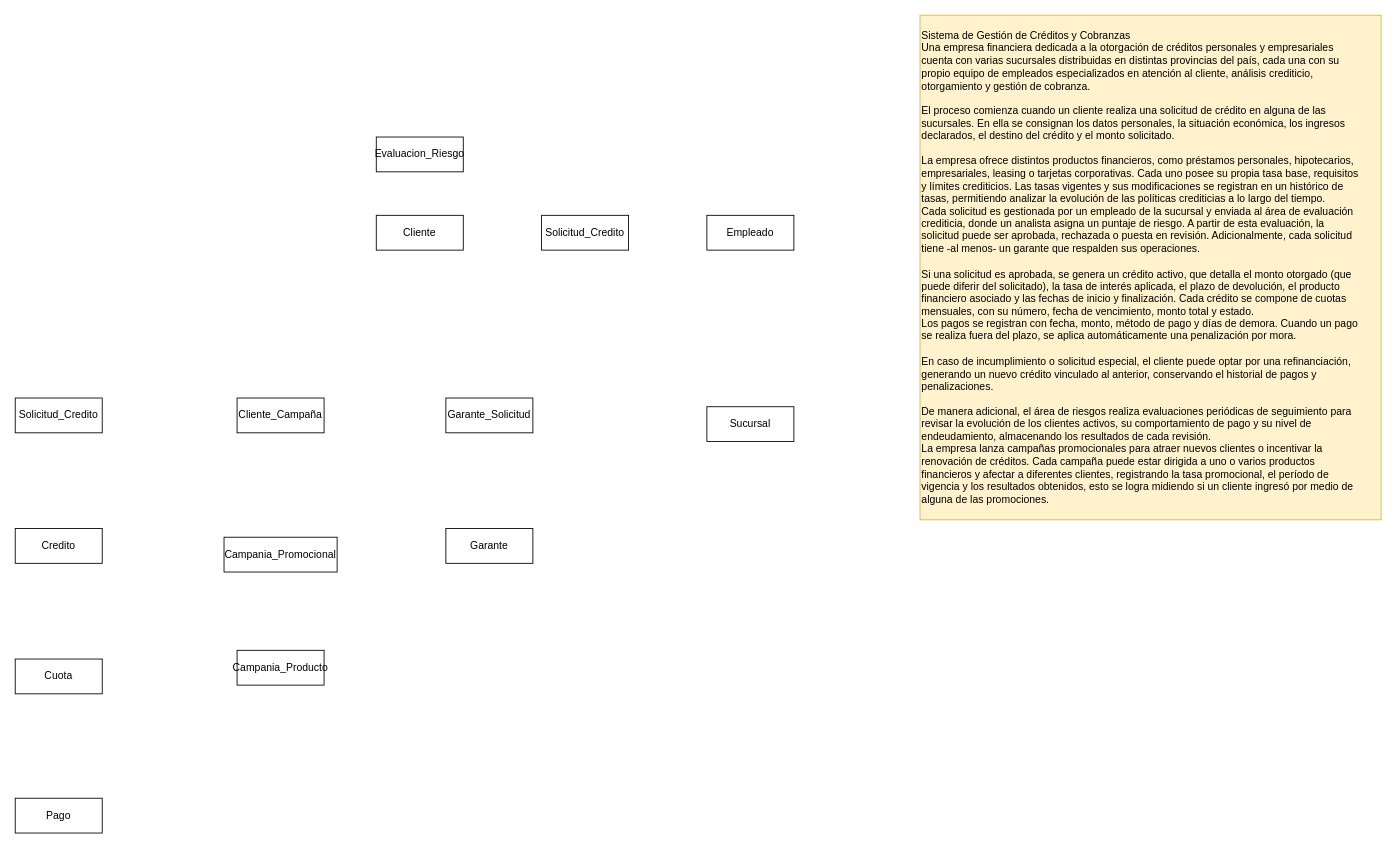
Before: Documentación/Diagramas/DER.drawio in Renzoegt/Integrador_BasesDeDatos, a draw.io diagram. Source tidied: cells renumbered, new cells numbered last; positions are measured from the earlier drawing's top-left corner, leaving out a move shared by most shapes. Both pictures are drawn from the tidied source at 87%, with x=0, y=0 at pixel (15, 15).
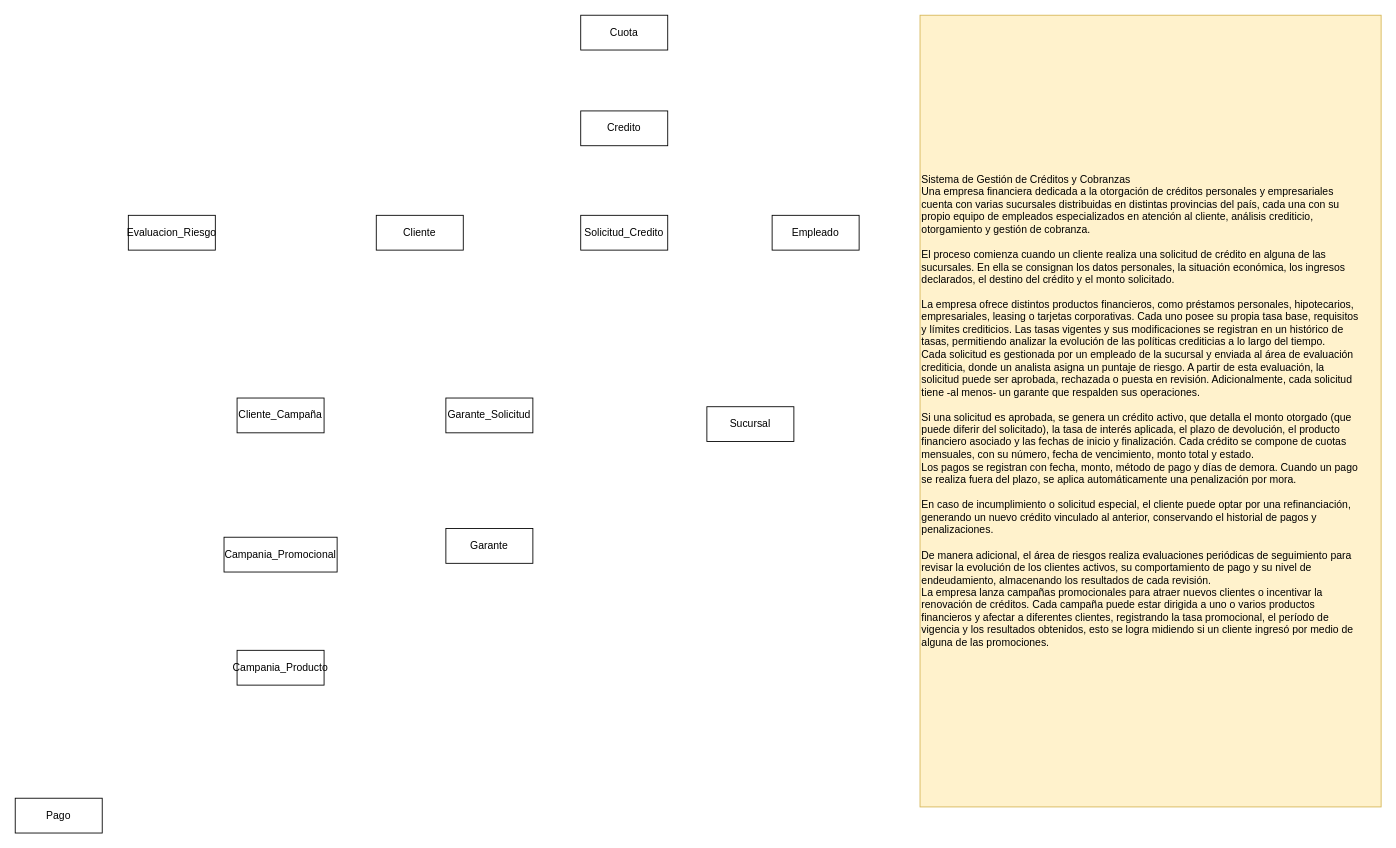
The same page after the edit.

Diff of the diagram source:
```diff
@@
 <mxGraphModel>
   <root>
     <mxCell id="0" />
     <mxCell id="1" parent="0" />
     <mxCell id="2" value="Sucursal" style="whiteSpace=wrap;html=1;align=center;" parent="1" vertex="1">
       <mxGeometry x="795" y="450" width="100" height="40" as="geometry" />
     </mxCell>
     <mxCell id="3" value="Sistema de Gestión de Créditos y Cobranzas&lt;br&gt;Una empresa financiera dedicada a la otorgación de créditos personales y empresariales&lt;br&gt;cuenta con varias sucursales distribuidas en distintas provincias del país, cada una con su&lt;br&gt;propio equipo de empleados especializados en atención al cliente, análisis crediticio,&lt;br&gt;otorgamiento y gestión de cobranza.&lt;div&gt;&lt;br&gt;El proceso comienza cuando un cliente realiza una solicitud de crédito en alguna de las&lt;br&gt;sucursales. En ella se consignan los datos personales, la situación económica, los ingresos&lt;br&gt;declarados, el destino del crédito y el monto solicitado.&lt;/div&gt;&lt;div&gt;&lt;br&gt;La empresa ofrece distintos productos financieros, como préstamos personales, hipotecarios,&lt;br&gt;empresariales, leasing o tarjetas corporativas. Cada uno posee su propia tasa base, requisitos&lt;br&gt;y límites crediticios. Las tasas vigentes y sus modificaciones se registran en un histórico de&lt;br&gt;tasas, permitiendo analizar la evolución de las políticas crediticias a lo largo del tiempo.&lt;br&gt;Cada solicitud es gestionada por un empleado de la sucursal y enviada al área de evaluación&lt;br&gt;crediticia, donde un analista asigna un puntaje de riesgo. A partir de esta evaluación, la&lt;br&gt;solicitud puede ser aprobada, rechazada o puesta en revisión. Adicionalmente, cada solicitud&lt;br&gt;tiene -al menos- un garante que respalden sus operaciones.&lt;/div&gt;&lt;div&gt;&lt;br&gt;Si una solicitud es aprobada, se genera un crédito activo, que detalla el monto otorgado (que&lt;br&gt;puede diferir del solicitado), la tasa de interés aplicada, el plazo de devolución, el producto&lt;br&gt;financiero asociado y las fechas de inicio y finalización. Cada crédito se compone de cuotas&lt;br&gt;mensuales, con su número, fecha de vencimiento, monto total y estado.&lt;br&gt;Los pagos se registran con fecha, monto, método de pago y días de demora. Cuando un pago&lt;br&gt;se realiza fuera del plazo, se aplica automáticamente una penalización por mora.&lt;/div&gt;&lt;div&gt;&lt;br&gt;En caso de incumplimiento o solicitud especial, el cliente puede optar por una refinanciación,&lt;br&gt;generando un nuevo crédito vinculado al anterior, conservando el historial de pagos y&lt;br&gt;penalizaciones.&lt;/div&gt;&lt;div&gt;&lt;br&gt;De manera adicional, el área de riesgos realiza evaluaciones periódicas de seguimiento para&lt;br&gt;revisar la evolución de los clientes activos, su comportamiento de pago y su nivel de&lt;br&gt;endeudamiento, almacenando los resultados de cada revisión.&lt;br&gt;La empresa lanza campañas promocionales para atraer nuevos clientes o incentivar la&lt;br&gt;renovación de créditos. Cada campaña puede estar dirigida a uno o varios productos&lt;br&gt;financieros y afectar a diferentes clientes, registrando la tasa promocional, el período de&lt;br&gt;vigencia y los resultados obtenidos, esto se logra midiendo si un cliente ingresó por medio de&lt;br&gt;alguna de las promociones.&lt;/div&gt;" style="whiteSpace=wrap;html=1;align=left;fillColor=#fff2cc;strokeColor=#d6b656;" parent="1" vertex="1">
-      <mxGeometry x="1040" width="530" height="580" as="geometry" />
+      <mxGeometry x="1040" width="530" height="910" as="geometry" />
     </mxCell>
     <mxCell id="4" value="Empleado" style="whiteSpace=wrap;html=1;align=center;" parent="1" vertex="1">
-      <mxGeometry x="795" y="230" width="100" height="40" as="geometry" />
+      <mxGeometry x="870" y="230" width="100" height="40" as="geometry" />
     </mxCell>
     <mxCell id="5" value="Cliente" style="whiteSpace=wrap;html=1;align=center;" parent="1" vertex="1">
       <mxGeometry x="415" y="230" width="100" height="40" as="geometry" />
     </mxCell>
     <mxCell id="6" value="Solicitud_Credito" style="whiteSpace=wrap;html=1;align=center;" parent="1" vertex="1">
-      <mxGeometry x="605" y="230" width="100" height="40" as="geometry" />
+      <mxGeometry x="650" y="230" width="100" height="40" as="geometry" />
     </mxCell>
     <mxCell id="7" value="Garante_Solicitud" style="whiteSpace=wrap;html=1;align=center;" parent="1" vertex="1">
       <mxGeometry x="495" y="440" width="100" height="40" as="geometry" />
     </mxCell>
     <mxCell id="8" value="Garante" style="whiteSpace=wrap;html=1;align=center;" parent="1" vertex="1">
       <mxGeometry x="495" y="590" width="100" height="40" as="geometry" />
     </mxCell>
     <mxCell id="9" value="Evaluacion_Riesgo" style="whiteSpace=wrap;html=1;align=center;" parent="1" vertex="1">
-      <mxGeometry x="415" y="140" width="100" height="40" as="geometry" />
+      <mxGeometry x="130" y="230" width="100" height="40" as="geometry" />
     </mxCell>
     <mxCell id="10" value="Cliente_Campaña" style="whiteSpace=wrap;html=1;align=center;" parent="1" vertex="1">
       <mxGeometry x="255" y="440" width="100" height="40" as="geometry" />
     </mxCell>
     <mxCell id="11" value="Campania_Promocional" style="whiteSpace=wrap;html=1;align=center;" parent="1" vertex="1">
       <mxGeometry x="240" y="600" width="130" height="40" as="geometry" />
     </mxCell>
     <mxCell id="12" value="Campania_Producto" style="whiteSpace=wrap;html=1;align=center;" parent="1" vertex="1">
       <mxGeometry x="255" y="730" width="100" height="40" as="geometry" />
     </mxCell>
-    <mxCell id="13" value="Solicitud_Credito" style="whiteSpace=wrap;html=1;align=center;" parent="1" vertex="1">
-      <mxGeometry y="440" width="100" height="40" as="geometry" />
-    </mxCell>
     <mxCell id="14" value="Credito" style="whiteSpace=wrap;html=1;align=center;" parent="1" vertex="1">
-      <mxGeometry y="590" width="100" height="40" as="geometry" />
+      <mxGeometry x="650" y="110" width="100" height="40" as="geometry" />
     </mxCell>
     <mxCell id="15" value="Cuota" style="whiteSpace=wrap;html=1;align=center;" parent="1" vertex="1">
-      <mxGeometry y="740" width="100" height="40" as="geometry" />
+      <mxGeometry x="650" width="100" height="40" as="geometry" />
     </mxCell>
     <mxCell id="16" value="Pago" style="whiteSpace=wrap;html=1;align=center;" parent="1" vertex="1">
       <mxGeometry y="900" width="100" height="40" as="geometry" />
     </mxCell>
   </root>
 </mxGraphModel>
```
